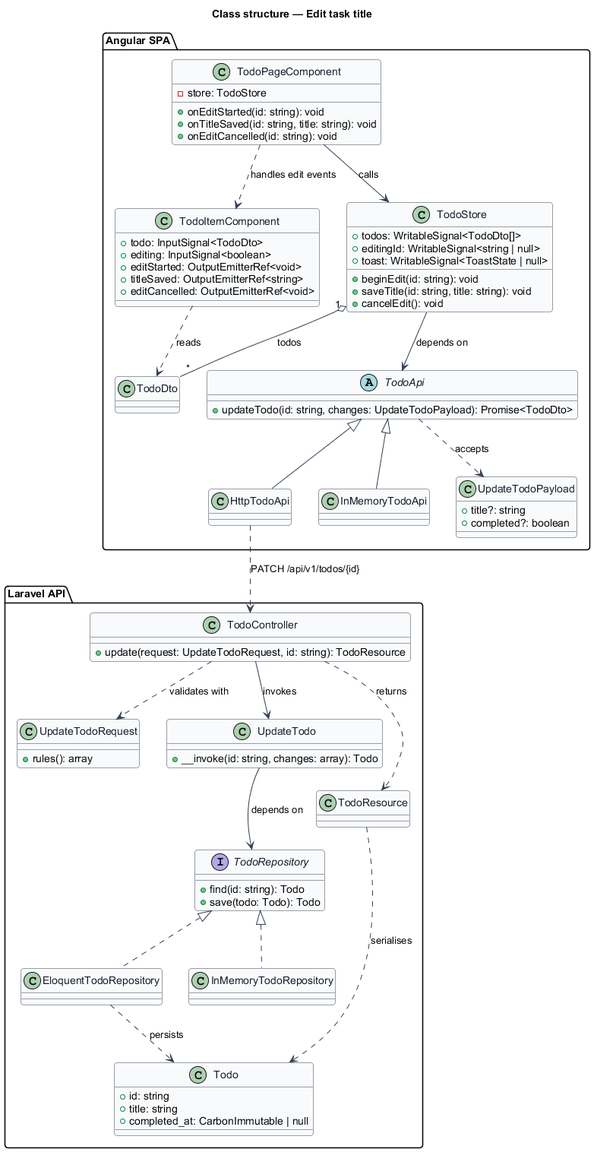
Earlier version of the PlantUML export docs/detailed-designs/task-editing/edit-task-title/diagrams/class-structure.png (QuinntyneBrown/php-todo-lab).
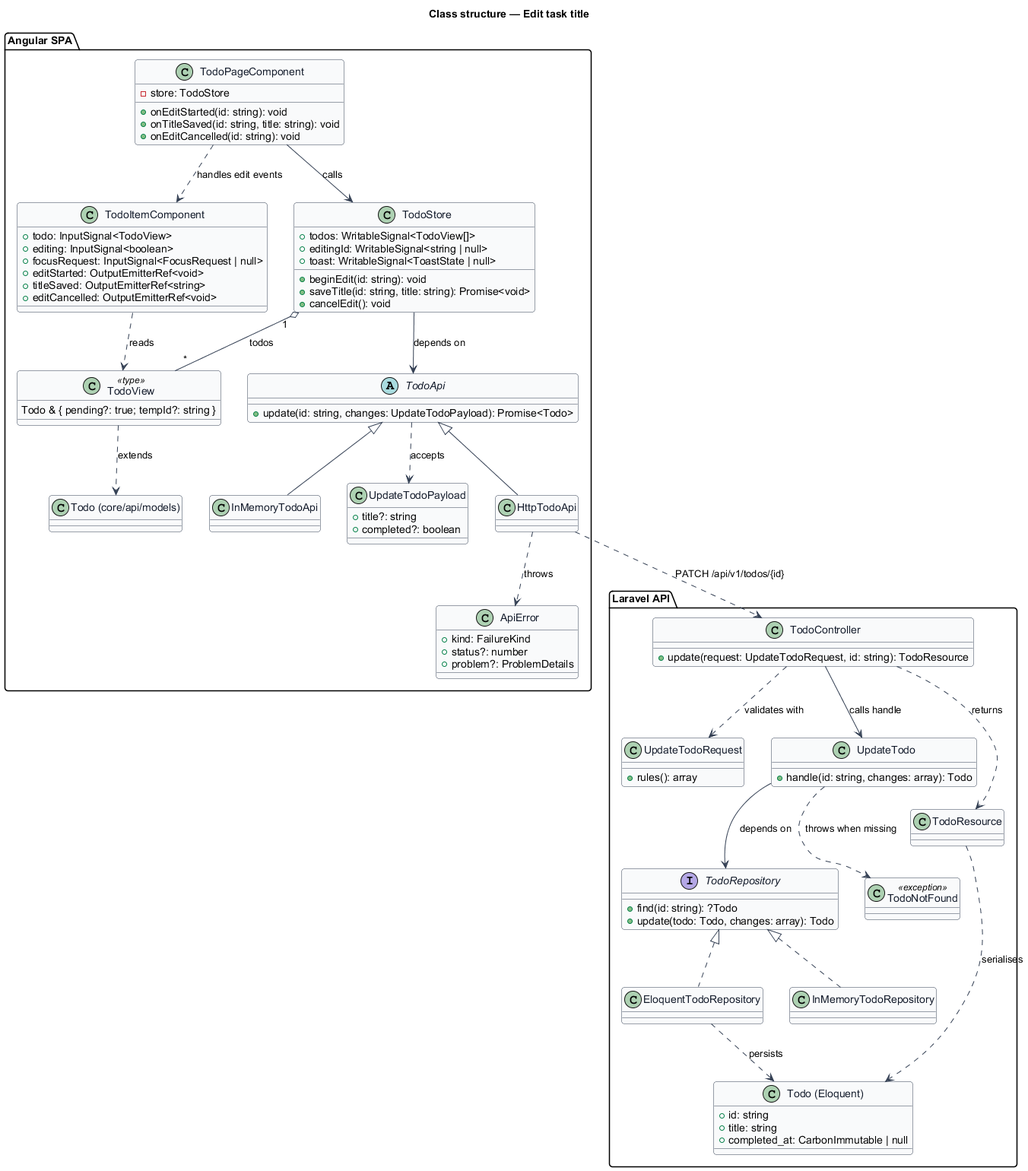
The same file after the commit.

What changed in the source:
```diff
@@ -13,8 +13,9 @@
 
 package "Angular SPA" {
   class TodoItemComponent {
-    +todo: InputSignal<TodoDto>
+    +todo: InputSignal<TodoView>
     +editing: InputSignal<boolean>
+    +focusRequest: InputSignal<FocusRequest | null>
     +editStarted: OutputEmitterRef<void>
     +titleSaved: OutputEmitterRef<string>
     +editCancelled: OutputEmitterRef<void>
@@ -26,19 +27,27 @@
     +onEditCancelled(id: string): void
   }
   class TodoStore {
-    +todos: WritableSignal<TodoDto[]>
+    +todos: WritableSignal<TodoView[]>
     +editingId: WritableSignal<string | null>
     +toast: WritableSignal<ToastState | null>
     +beginEdit(id: string): void
-    +saveTitle(id: string, title: string): void
+    +saveTitle(id: string, title: string): Promise<void>
     +cancelEdit(): void
   }
   abstract class TodoApi {
-    +updateTodo(id: string, changes: UpdateTodoPayload): Promise<TodoDto>
+    +update(id: string, changes: UpdateTodoPayload): Promise<Todo>
   }
   class HttpTodoApi
   class InMemoryTodoApi
-  class TodoDto
+  class "Todo (core/api/models)" as Todo
+  class TodoView <<type>> {
+    Todo & { pending?: true; tempId?: string }
+  }
+  class ApiError {
+    +kind: FailureKind
+    +status?: number
+    +problem?: ProblemDetails
+  }
   class UpdateTodoPayload {
     +title?: string
     +completed?: boolean
@@ -53,38 +62,42 @@
     +rules(): array
   }
   class UpdateTodo {
-    +__invoke(id: string, changes: array): Todo
+    +handle(id: string, changes: array): Todo
   }
   interface TodoRepository {
-    +find(id: string): Todo
-    +save(todo: Todo): Todo
+    +find(id: string): ?Todo
+    +update(todo: Todo, changes: array): Todo
   }
   class EloquentTodoRepository
   class InMemoryTodoRepository
-  class Todo {
+  class "Todo (Eloquent)" as TodoModel {
     +id: string
     +title: string
     +completed_at: CarbonImmutable | null
   }
   class TodoResource
+  class TodoNotFound <<exception>>
 }
 
-TodoItemComponent ..> TodoDto : reads
+TodoItemComponent ..> TodoView : reads
 TodoPageComponent --> TodoStore : calls
 TodoPageComponent ..> TodoItemComponent : handles edit events
 TodoStore --> TodoApi : depends on
-TodoStore "1" o-- "*" TodoDto : todos
+TodoStore "1" o-- "*" TodoView : todos
+TodoView ..> Todo : extends
+HttpTodoApi ..> ApiError : throws
 TodoApi <|-- HttpTodoApi
 TodoApi <|-- InMemoryTodoApi
 TodoApi ..> UpdateTodoPayload : accepts
 HttpTodoApi ..> TodoController : PATCH /api/v1/todos/{id}
 
 TodoController ..> UpdateTodoRequest : validates with
-TodoController --> UpdateTodo : invokes
+TodoController --> UpdateTodo : calls handle
 TodoController ..> TodoResource : returns
 UpdateTodo --> TodoRepository : depends on
 TodoRepository <|.. EloquentTodoRepository
 TodoRepository <|.. InMemoryTodoRepository
-EloquentTodoRepository ..> Todo : persists
-TodoResource ..> Todo : serialises
+EloquentTodoRepository ..> TodoModel : persists
+UpdateTodo ..> TodoNotFound : throws when missing
+TodoResource ..> TodoModel : serialises
 @enduml
```
